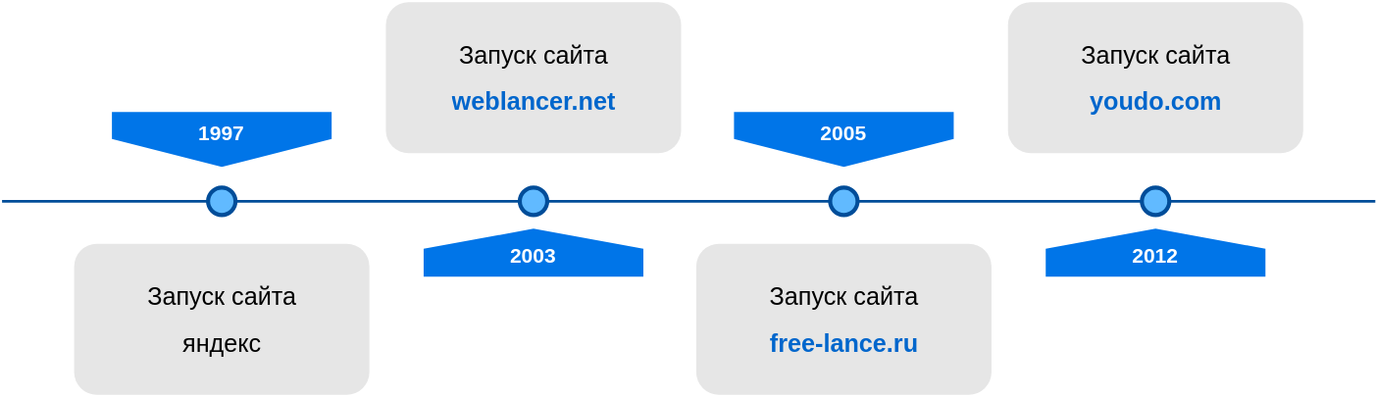
Above: docs/img/timeline.svg in val-/nojest (draw.io), before the change. Source tidied: cells renumbered, new cells last; positions are measured from the earlier drawing's top-left corner, leaving out a move shared by most shapes.
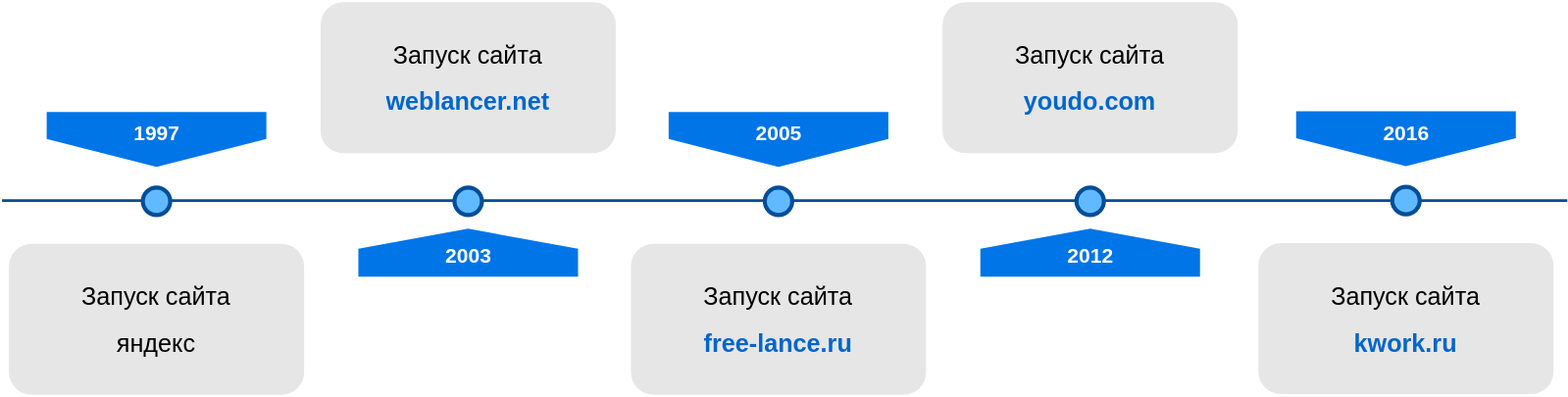
Above is the later version.

Diff of the diagram source:
```diff
@@ -3,7 +3,7 @@
     <mxCell id="0" />
     <mxCell id="1" parent="0" />
     <mxCell id="2" style="line;strokeWidth=2;html=1;fillColor=none;fontSize=28;fontColor=#004D99;strokeColor=#004D99;" parent="1" vertex="1">
-      <mxGeometry y="140" width="1000" height="10" as="geometry" />
+      <mxGeometry x="47.5" y="139.5" width="1140" height="10" as="geometry" />
     </mxCell>
     <mxCell id="3" value="&lt;b&gt;1997&lt;br&gt;&lt;br&gt;&lt;/b&gt;" style="shape=offPageConnector;whiteSpace=wrap;html=1;fillColor=#0075E8;fontSize=15;fontColor=#FFFFFF;size=0.5093750000000015;verticalAlign=top;strokeColor=none;" parent="1" vertex="1">
       <mxGeometry x="80" y="80" width="160" height="40" as="geometry" />
@@ -41,5 +41,14 @@
     <mxCell id="14" value="&lt;p style=&quot;line-height: 80% ; font-size: 18px&quot;&gt;&lt;/p&gt;&lt;h1 style=&quot;font-size: 18px&quot;&gt;&lt;font style=&quot;font-size: 18px ; font-weight: normal ; line-height: 24px&quot;&gt;Запуск сайта&lt;/font&gt;&lt;/h1&gt;&lt;h1 style=&quot;font-size: 18px&quot;&gt;&lt;font color=&quot;#0066cc&quot;&gt;youdo.com&lt;/font&gt;&lt;/h1&gt;&lt;p style=&quot;font-size: 18px&quot;&gt;&lt;/p&gt;" style="text;html=1;spacing=5;spacingTop=0;whiteSpace=wrap;overflow=hidden;strokeColor=none;strokeWidth=3;fillColor=#E6E6E6;fontSize=18;fontColor=#000000;align=center;rounded=1;verticalAlign=middle;" parent="1" vertex="1">
       <mxGeometry x="732.5" width="215" height="110" as="geometry" />
     </mxCell>
+    <mxCell id="15" value="&lt;span&gt;&lt;b&gt;2016&lt;/b&gt;&lt;/span&gt;" style="shape=offPageConnector;whiteSpace=wrap;html=1;fillColor=#0075E8;fontSize=15;fontColor=#FFFFFF;size=0.5093750000000015;verticalAlign=top;strokeColor=none;" parent="1" vertex="1">
+      <mxGeometry x="990" y="79.5" width="160" height="40" as="geometry" />
+    </mxCell>
+    <mxCell id="16" style="ellipse;whiteSpace=wrap;html=1;fillColor=#61BAFF;fontSize=28;fontColor=#004D99;strokeWidth=3;strokeColor=#004D99;" parent="1" vertex="1">
+      <mxGeometry x="1060" y="134.5" width="20" height="20" as="geometry" />
+    </mxCell>
+    <mxCell id="17" value="&lt;p style=&quot;line-height: 80% ; font-size: 18px&quot;&gt;&lt;/p&gt;&lt;h1 style=&quot;font-size: 18px&quot;&gt;&lt;font style=&quot;font-size: 18px ; font-weight: normal ; line-height: 24px&quot;&gt;Запуск сайта&lt;/font&gt;&lt;/h1&gt;&lt;h1 style=&quot;font-size: 18px&quot;&gt;&lt;font style=&quot;font-size: 18px&quot; color=&quot;#0066cc&quot;&gt;kwork.ru&lt;/font&gt;&lt;/h1&gt;&lt;p style=&quot;font-size: 18px&quot;&gt;&lt;/p&gt;" style="text;html=1;spacing=5;spacingTop=0;whiteSpace=wrap;overflow=hidden;strokeColor=none;strokeWidth=3;fillColor=#E6E6E6;fontSize=18;fontColor=#000000;align=center;rounded=1;verticalAlign=middle;" parent="1" vertex="1">
+      <mxGeometry x="962.5" y="175.5" width="215" height="110" as="geometry" />
+    </mxCell>
   </root>
 </mxGraphModel>
```
